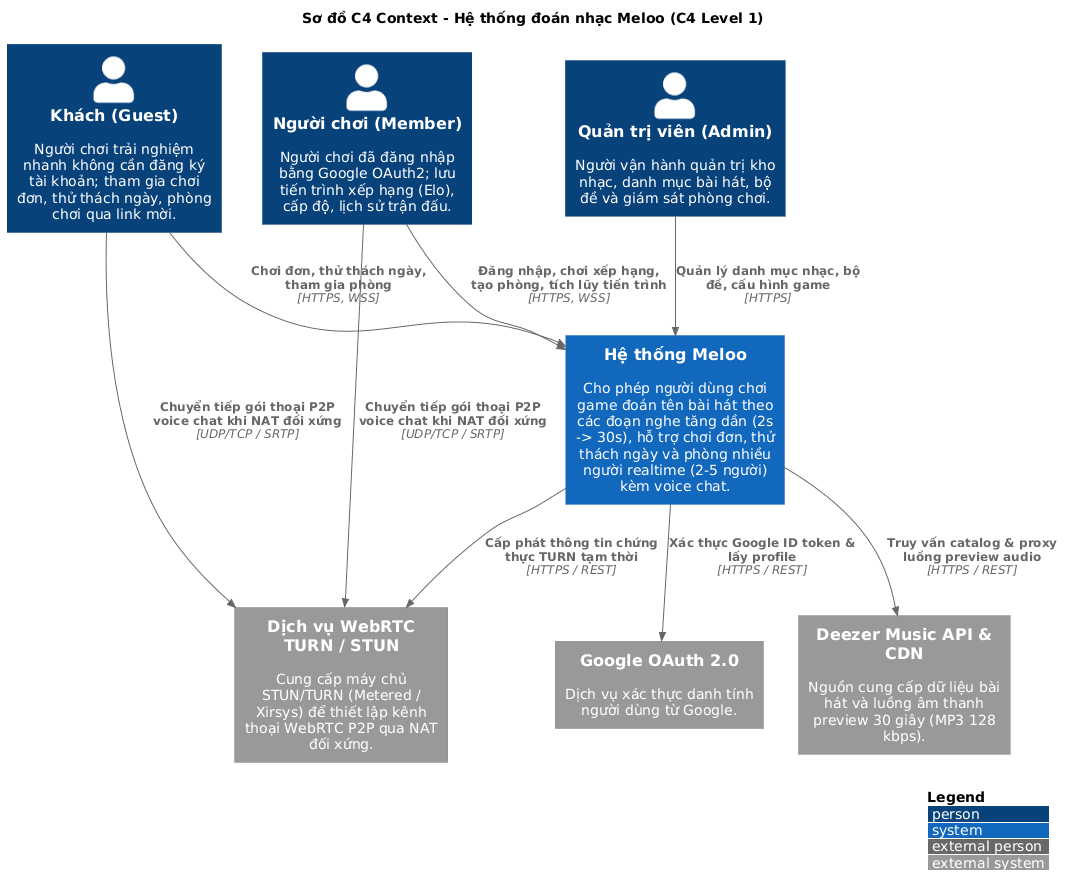
Earlier version of the PlantUML export docs/uml/c4/c4-context.png (ThaiDevv/meloo).
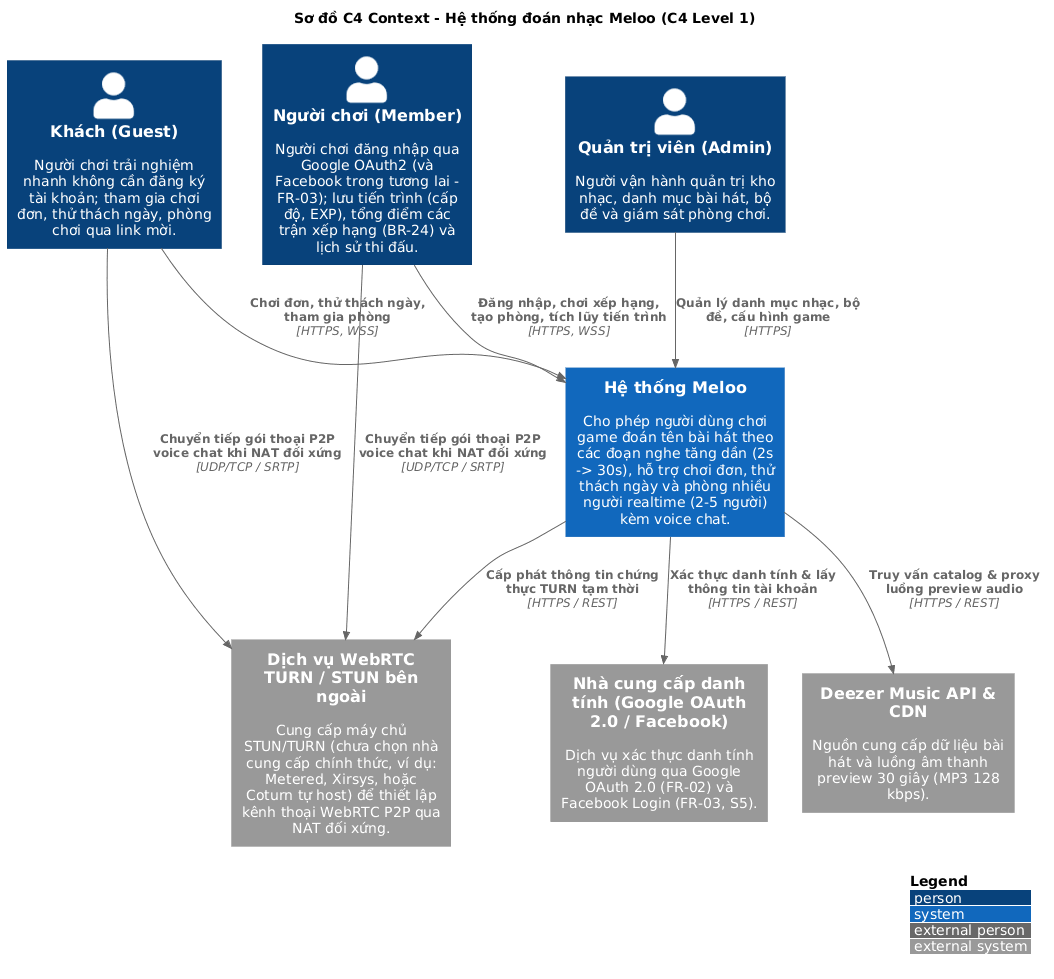
After the change.

Change to the diagram source:
```diff
@@ -6,20 +6,20 @@
 title Sơ đồ C4 Context - Hệ thống đoán nhạc Meloo (C4 Level 1)
 
 Person(guest, "Khách (Guest)", "Người chơi trải nghiệm nhanh không cần đăng ký tài khoản; tham gia chơi đơn, thử thách ngày, phòng chơi qua link mời.")
-Person(user, "Người chơi (Member)", "Người chơi đã đăng nhập bằng Google OAuth2; lưu tiến trình xếp hạng (Elo), cấp độ, lịch sử trận đấu.")
+Person(user, "Người chơi (Member)", "Người chơi đăng nhập qua Google OAuth2 (và Facebook trong tương lai - FR-03); lưu tiến trình (cấp độ, EXP), tổng điểm các trận xếp hạng (BR-24) và lịch sử thi đấu.")
 Person(admin, "Quản trị viên (Admin)", "Người vận hành quản trị kho nhạc, danh mục bài hát, bộ đề và giám sát phòng chơi.")
 
 System(meloo, "Hệ thống Meloo", "Cho phép người dùng chơi game đoán tên bài hát theo các đoạn nghe tăng dần (2s -> 30s), hỗ trợ chơi đơn, thử thách ngày và phòng nhiều người realtime (2-5 người) kèm voice chat.")
 
-System_Ext(google, "Google OAuth 2.0", "Dịch vụ xác thực danh tính người dùng từ Google.")
+System_Ext(auth_providers, "Nhà cung cấp danh tính (Google OAuth 2.0 / Facebook)", "Dịch vụ xác thực danh tính người dùng qua Google OAuth 2.0 (FR-02) và Facebook Login (FR-03, S5).")
 System_Ext(deezer, "Deezer Music API & CDN", "Nguồn cung cấp dữ liệu bài hát và luồng âm thanh preview 30 giây (MP3 128 kbps).")
-System_Ext(turn, "Dịch vụ WebRTC TURN / STUN", "Cung cấp máy chủ STUN/TURN (Metered / Xirsys) để thiết lập kênh thoại WebRTC P2P qua NAT đối xứng.")
+System_Ext(turn, "Dịch vụ WebRTC TURN / STUN bên ngoài", "Cung cấp máy chủ STUN/TURN (chưa chọn nhà cung cấp chính thức, ví dụ: Metered, Xirsys, hoặc Coturn tự host) để thiết lập kênh thoại WebRTC P2P qua NAT đối xứng.")
 
 Rel(guest, meloo, "Chơi đơn, thử thách ngày, tham gia phòng", "HTTPS, WSS")
 Rel(user, meloo, "Đăng nhập, chơi xếp hạng, tạo phòng, tích lũy tiến trình", "HTTPS, WSS")
 Rel(admin, meloo, "Quản lý danh mục nhạc, bộ đề, cấu hình game", "HTTPS")
 
-Rel(meloo, google, "Xác thực Google ID token & lấy profile", "HTTPS / REST")
+Rel(meloo, auth_providers, "Xác thực danh tính & lấy thông tin tài khoản", "HTTPS / REST")
 Rel(meloo, deezer, "Truy vấn catalog & proxy luồng preview audio", "HTTPS / REST")
 Rel(meloo, turn, "Cấp phát thông tin chứng thực TURN tạm thời", "HTTPS / REST")
 Rel(user, turn, "Chuyển tiếp gói thoại P2P voice chat khi NAT đối xứng", "UDP/TCP / SRTP")
```
